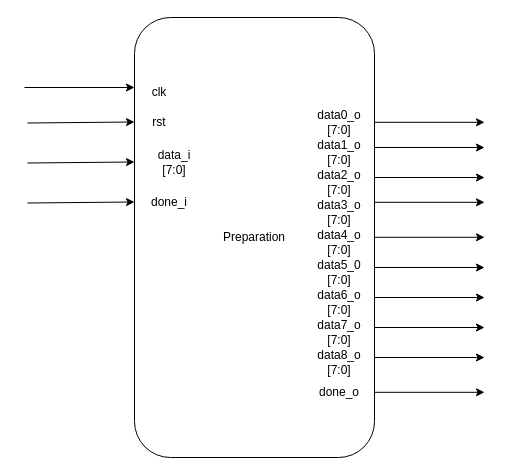
The draw.io diagram Draw/PreparationModules/PreparationModule.drawio in Hieuueihm/Thesis, before the edit. Source tidied: cells renumbered, new cells numbered last; positions are measured from the earlier drawing's top-left corner, leaving out a move shared by most shapes. Both pictures are drawn from the tidied source at 100%, with x=0, y=0 at pixel (24, 17).
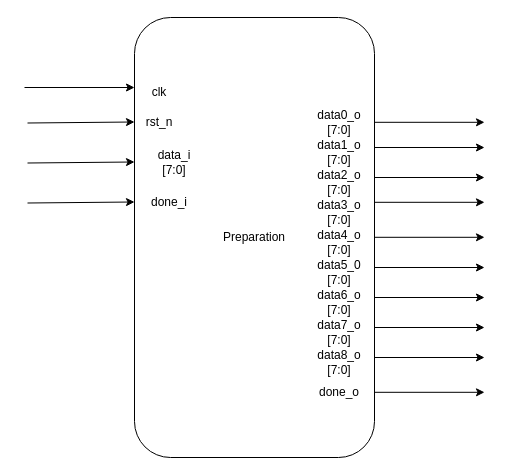
Above is the later version.

The edit, as a diff of the source:
```diff
@@
-    <mxCell id="7" value="rst" style="text;html=1;align=center;verticalAlign=middle;whiteSpace=wrap;rounded=0;" parent="1" vertex="1">
+    <mxCell id="7" value="rst_n" style="text;html=1;align=center;verticalAlign=middle;whiteSpace=wrap;rounded=0;" parent="1" vertex="1">
       <mxGeometry x="120" y="90" width="30" height="30" as="geometry" />
     </mxCell>
```
